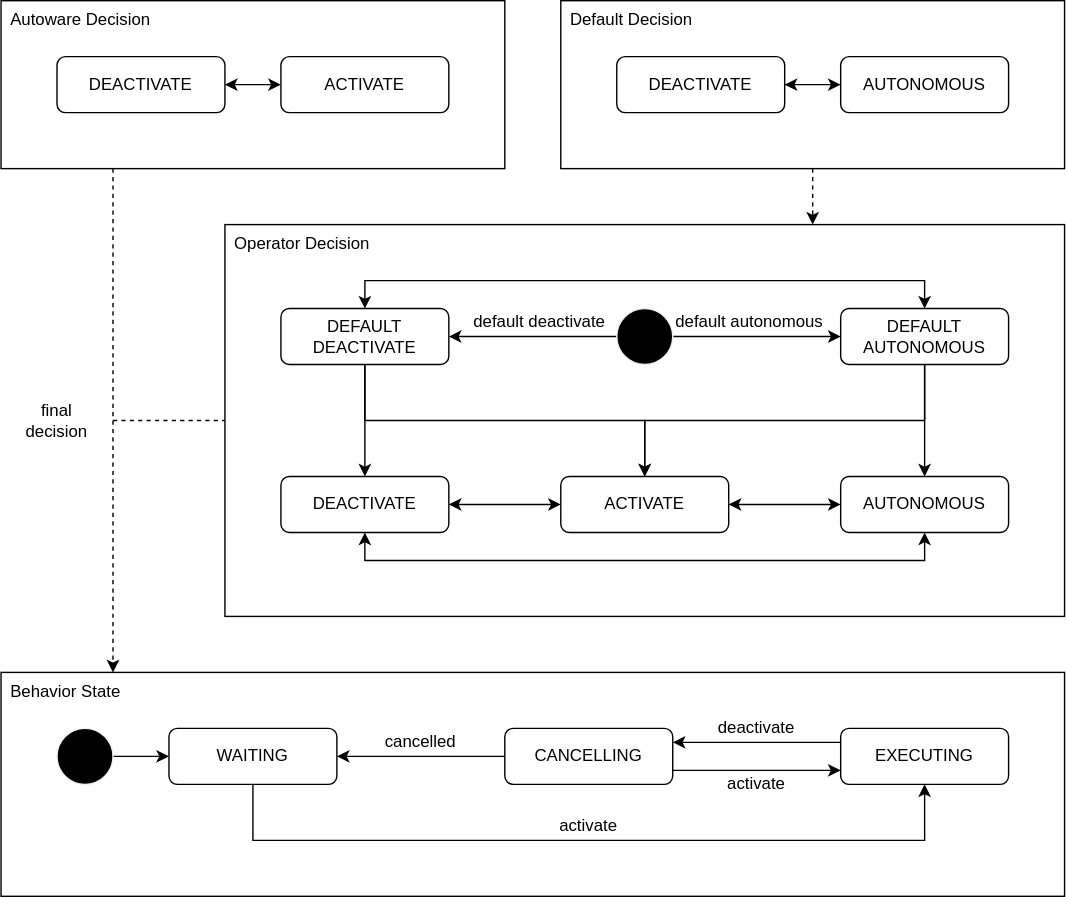
Before: docs/design/autoware-interfaces/ad-api/list/api/cooperation/docs/state.drawio.svg, a diagram exported from draw.io (autowarefoundation/autoware-documentation). Source tidied: cells renumbered, new cells last; positions are measured from the earlier drawing's top-left corner, leaving out a move shared by most shapes.
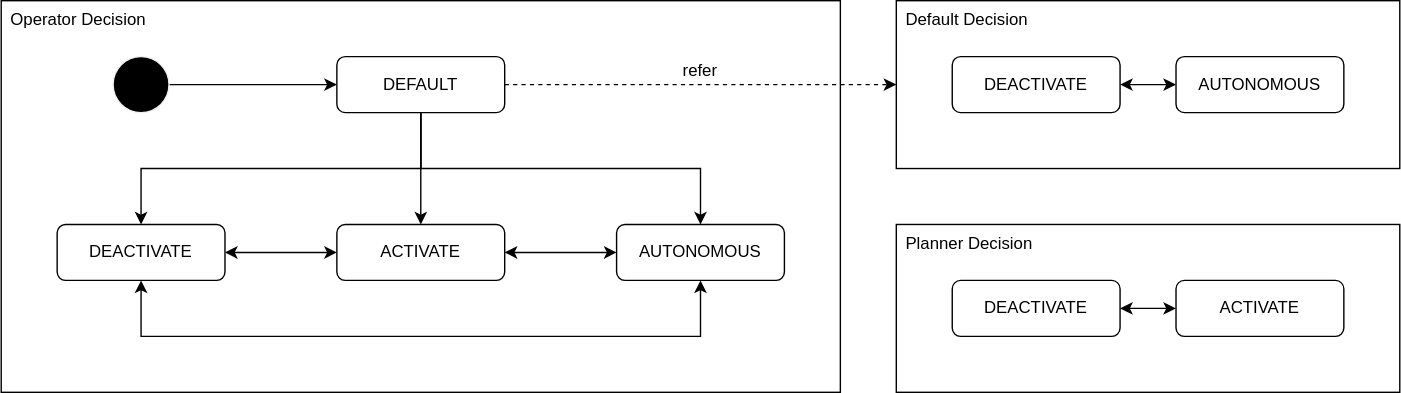
After the change.

Change to the diagram source:
```diff
@@ -2,132 +2,49 @@
   <root>
     <mxCell id="0" />
     <mxCell id="1" parent="0" />
-    <mxCell id="2" value="Behavior State" style="rounded=0;whiteSpace=wrap;html=1;fontSize=12;verticalAlign=top;align=left;spacingLeft=5;" parent="1" vertex="1">
-      <mxGeometry y="480" width="760" height="160" as="geometry" />
-    </mxCell>
-    <mxCell id="3" style="edgeStyle=orthogonalEdgeStyle;rounded=0;html=1;dashed=1;fontSize=12;startArrow=none;startFill=0;" parent="1" edge="1" source="4" target="2">
-      <mxGeometry relative="1" as="geometry">
-        <Array as="points">
-          <mxPoint x="80" y="230" />
-          <mxPoint x="80" y="230" />
-        </Array>
-      </mxGeometry>
-    </mxCell>
-    <mxCell id="4" value="Autoware Decision" style="rounded=0;whiteSpace=wrap;html=1;fontSize=12;verticalAlign=top;align=left;spacingLeft=5;" parent="1" vertex="1">
-      <mxGeometry width="360" height="120" as="geometry" />
+    <mxCell id="4" value="Planner Decision" style="rounded=0;whiteSpace=wrap;html=1;fontSize=12;verticalAlign=top;align=left;spacingLeft=5;" parent="1" vertex="1">
+      <mxGeometry x="640" y="160" width="360" height="120" as="geometry" />
     </mxCell>
-    <mxCell id="5" style="edgeStyle=orthogonalEdgeStyle;rounded=0;html=1;dashed=1;fontSize=12;startArrow=none;startFill=0;" parent="1" edge="1" source="6" target="7">
-      <mxGeometry relative="1" as="geometry">
-        <Array as="points">
-          <mxPoint x="580" y="150" />
-          <mxPoint x="580" y="150" />
-        </Array>
-      </mxGeometry>
-    </mxCell>
     <mxCell id="6" value="Default Decision" style="rounded=0;whiteSpace=wrap;html=1;fontSize=12;verticalAlign=top;align=left;spacingLeft=5;" parent="1" vertex="1">
-      <mxGeometry x="400" width="360" height="120" as="geometry" />
+      <mxGeometry x="640" width="360" height="120" as="geometry" />
     </mxCell>
     <mxCell id="7" value="Operator Decision" style="rounded=0;whiteSpace=wrap;html=1;fontSize=12;verticalAlign=top;align=left;spacingLeft=5;" parent="1" vertex="1">
-      <mxGeometry x="160" y="160" width="600" height="280" as="geometry" />
+      <mxGeometry width="600" height="280" as="geometry" />
     </mxCell>
-    <mxCell id="8" style="edgeStyle=orthogonalEdgeStyle;html=1;rounded=0;" parent="1" edge="1" source="9" target="13">
-      <mxGeometry relative="1" as="geometry">
-        <Array as="points">
-          <mxPoint x="180" y="600" />
-          <mxPoint x="660" y="600" />
-        </Array>
-      </mxGeometry>
-    </mxCell>
-    <mxCell id="9" value="WAITING" style="rounded=1;whiteSpace=wrap;html=1;" parent="1" vertex="1">
-      <mxGeometry x="120" y="520" width="120" height="40" as="geometry" />
-    </mxCell>
-    <mxCell id="10" style="edgeStyle=none;html=1;" parent="1" edge="1" source="11" target="9">
-      <mxGeometry relative="1" as="geometry" />
-    </mxCell>
-    <mxCell id="11" style="shape=ellipse;html=1;fillColor=#000000;fontSize=18;fontColor=#ffffff;strokeColor=#F0F0F0;" parent="1" vertex="1">
-      <mxGeometry x="40" y="520" width="40" height="40" as="geometry" />
-    </mxCell>
-    <mxCell id="12" style="edgeStyle=orthogonalEdgeStyle;rounded=0;html=1;startArrow=none;startFill=0;" parent="1" edge="1" source="13" target="16">
-      <mxGeometry relative="1" as="geometry">
-        <Array as="points">
-          <mxPoint x="540" y="530" />
-          <mxPoint x="540" y="530" />
-        </Array>
-      </mxGeometry>
-    </mxCell>
-    <mxCell id="13" value="EXECUTING" style="rounded=1;whiteSpace=wrap;html=1;" parent="1" vertex="1">
-      <mxGeometry x="600" y="520" width="120" height="40" as="geometry" />
-    </mxCell>
-    <mxCell id="14" style="edgeStyle=orthogonalEdgeStyle;html=1;rounded=0;" parent="1" edge="1" source="16" target="9">
-      <mxGeometry relative="1" as="geometry" />
-    </mxCell>
-    <mxCell id="15" style="edgeStyle=orthogonalEdgeStyle;rounded=0;html=1;startArrow=none;startFill=0;" parent="1" edge="1" source="16" target="13">
-      <mxGeometry relative="1" as="geometry">
-        <Array as="points">
-          <mxPoint x="540" y="550" />
-          <mxPoint x="540" y="550" />
-        </Array>
-      </mxGeometry>
-    </mxCell>
-    <mxCell id="16" value="CANCELLING" style="rounded=1;whiteSpace=wrap;html=1;" parent="1" vertex="1">
-      <mxGeometry x="360" y="520" width="120" height="40" as="geometry" />
-    </mxCell>
-    <mxCell id="17" value="activate" style="text;html=1;strokeColor=none;fillColor=none;align=center;verticalAlign=middle;whiteSpace=wrap;rounded=0;" parent="1" vertex="1">
-      <mxGeometry x="380" y="580" width="80" height="20" as="geometry" />
-    </mxCell>
-    <mxCell id="18" value="activate" style="text;html=1;strokeColor=none;fillColor=none;align=center;verticalAlign=middle;whiteSpace=wrap;rounded=0;" parent="1" vertex="1">
-      <mxGeometry x="500" y="550" width="80" height="20" as="geometry" />
-    </mxCell>
-    <mxCell id="19" value="deactivate" style="text;html=1;strokeColor=none;fillColor=none;align=center;verticalAlign=middle;whiteSpace=wrap;rounded=0;" parent="1" vertex="1">
-      <mxGeometry x="500" y="510" width="80" height="20" as="geometry" />
-    </mxCell>
-    <mxCell id="20" value="cancelled" style="text;html=1;strokeColor=none;fillColor=none;align=center;verticalAlign=middle;whiteSpace=wrap;rounded=0;" parent="1" vertex="1">
-      <mxGeometry x="260" y="520" width="80" height="20" as="geometry" />
-    </mxCell>
-    <mxCell id="21" style="edgeStyle=orthogonalEdgeStyle;rounded=0;html=1;fontSize=12;startArrow=none;startFill=0;" parent="1" edge="1" source="23" target="27">
-      <mxGeometry relative="1" as="geometry" />
-    </mxCell>
-    <mxCell id="22" style="edgeStyle=orthogonalEdgeStyle;rounded=0;html=1;fontSize=12;startArrow=none;startFill=0;" parent="1" edge="1" source="23" target="30">
+    <mxCell id="22" style="edgeStyle=orthogonalEdgeStyle;rounded=0;html=1;" parent="1" edge="1" source="23" target="30">
       <mxGeometry relative="1" as="geometry" />
     </mxCell>
     <mxCell id="23" style="shape=ellipse;html=1;fillColor=#000000;fontSize=18;fontColor=#ffffff;strokeColor=#F0F0F0;" parent="1" vertex="1">
-      <mxGeometry x="440" y="220" width="40" height="40" as="geometry" />
+      <mxGeometry x="80" y="40" width="40" height="40" as="geometry" />
     </mxCell>
-    <mxCell id="24" style="edgeStyle=orthogonalEdgeStyle;rounded=0;html=1;fontSize=12;startArrow=none;startFill=0;" parent="1" edge="1" source="27" target="33">
-      <mxGeometry relative="1" as="geometry" />
-    </mxCell>
-    <mxCell id="25" style="edgeStyle=orthogonalEdgeStyle;rounded=0;html=1;fontSize=12;startArrow=none;startFill=0;" parent="1" edge="1" source="27" target="36">
-      <mxGeometry relative="1" as="geometry">
-        <Array as="points">
-          <mxPoint x="260" y="300" />
-          <mxPoint x="460" y="300" />
-        </Array>
-      </mxGeometry>
-    </mxCell>
-    <mxCell id="26" style="edgeStyle=orthogonalEdgeStyle;rounded=0;html=1;fontSize=12;startArrow=classic;startFill=1;" parent="1" edge="1" source="27" target="30">
-      <mxGeometry relative="1" as="geometry">
-        <Array as="points">
-          <mxPoint x="260" y="200" />
-          <mxPoint x="660" y="200" />
-        </Array>
-      </mxGeometry>
-    </mxCell>
-    <mxCell id="27" value="DEFAULT&lt;br&gt;DEACTIVATE" style="rounded=1;whiteSpace=wrap;html=1;fontSize=12;" parent="1" vertex="1">
-      <mxGeometry x="200" y="220" width="120" height="40" as="geometry" />
-    </mxCell>
+    <mxCell id="29" style="edgeStyle=none;html=1;" parent="1" edge="1" source="30" target="36">
+      <mxGeometry relative="1" as="geometry" />
+    </mxCell>
+    <mxCell id="47" style="edgeStyle=orthogonalEdgeStyle;html=1;rounded=0;" parent="1" edge="1" source="30" target="33">
+      <mxGeometry relative="1" as="geometry">
+        <Array as="points">
+          <mxPoint x="300" y="120" />
+          <mxPoint x="100" y="120" />
+        </Array>
+      </mxGeometry>
+    </mxCell>
-    <mxCell id="28" style="edgeStyle=orthogonalEdgeStyle;rounded=0;html=1;fontSize=12;startArrow=none;startFill=0;" parent="1" edge="1" source="30" target="34">
-      <mxGeometry relative="1" as="geometry" />
+    <mxCell id="28" style="edgeStyle=orthogonalEdgeStyle;rounded=0;html=1;" parent="1" edge="1" source="30" target="34">
+      <mxGeometry relative="1" as="geometry">
+        <Array as="points">
+          <mxPoint x="300" y="120" />
+          <mxPoint x="500" y="120" />
+        </Array>
+      </mxGeometry>
     </mxCell>
-    <mxCell id="29" style="edgeStyle=orthogonalEdgeStyle;rounded=0;html=1;fontSize=12;startArrow=none;startFill=0;" parent="1" edge="1" source="30" target="36">
-      <mxGeometry relative="1" as="geometry">
-        <Array as="points">
-          <mxPoint x="660" y="300" />
-          <mxPoint x="460" y="300" />
-        </Array>
-      </mxGeometry>
-    </mxCell>
+    <mxCell id="48" style="edgeStyle=orthogonalEdgeStyle;rounded=0;html=1;dashed=1;" parent="1" edge="1" source="30" target="6">
+      <mxGeometry relative="1" as="geometry">
+        <Array as="points">
+          <mxPoint x="420" y="60" />
+        </Array>
+      </mxGeometry>
+    </mxCell>
-    <mxCell id="30" value="DEFAULT&lt;br&gt;AUTONOMOUS" style="rounded=1;whiteSpace=wrap;html=1;fontSize=12;" parent="1" vertex="1">
-      <mxGeometry x="600" y="220" width="120" height="40" as="geometry" />
+    <mxCell id="30" value="DEFAULT" style="rounded=1;whiteSpace=wrap;html=1;fontSize=12;" parent="1" vertex="1">
+      <mxGeometry x="240" y="40" width="120" height="40" as="geometry" />
     </mxCell>
     <mxCell id="31" style="edgeStyle=orthogonalEdgeStyle;rounded=0;html=1;fontSize=12;startArrow=classic;startFill=1;" parent="1" edge="1" source="33" target="36">
       <mxGeometry relative="1" as="geometry" />
@@ -135,54 +52,43 @@
     <mxCell id="32" style="edgeStyle=orthogonalEdgeStyle;rounded=0;html=1;fontSize=12;startArrow=classic;startFill=1;" parent="1" edge="1" source="33" target="34">
       <mxGeometry relative="1" as="geometry">
         <Array as="points">
-          <mxPoint x="260" y="400" />
-          <mxPoint x="660" y="400" />
+          <mxPoint x="100" y="240" />
+          <mxPoint x="500" y="240" />
         </Array>
       </mxGeometry>
     </mxCell>
     <mxCell id="33" value="DEACTIVATE" style="rounded=1;whiteSpace=wrap;html=1;fontSize=12;" parent="1" vertex="1">
-      <mxGeometry x="200" y="340" width="120" height="40" as="geometry" />
+      <mxGeometry x="40" y="160" width="120" height="40" as="geometry" />
     </mxCell>
     <mxCell id="34" value="AUTONOMOUS" style="rounded=1;whiteSpace=wrap;html=1;fontSize=12;" parent="1" vertex="1">
-      <mxGeometry x="600" y="340" width="120" height="40" as="geometry" />
+      <mxGeometry x="440" y="160" width="120" height="40" as="geometry" />
     </mxCell>
     <mxCell id="35" style="edgeStyle=orthogonalEdgeStyle;rounded=0;html=1;fontSize=12;startArrow=classic;startFill=1;" parent="1" edge="1" source="36" target="34">
       <mxGeometry relative="1" as="geometry" />
     </mxCell>
     <mxCell id="36" value="ACTIVATE" style="rounded=1;whiteSpace=wrap;html=1;fontSize=12;" parent="1" vertex="1">
-      <mxGeometry x="400" y="340" width="120" height="40" as="geometry" />
+      <mxGeometry x="240" y="160" width="120" height="40" as="geometry" />
     </mxCell>
-    <mxCell id="37" value="default deactivate" style="text;html=1;strokeColor=none;fillColor=none;align=center;verticalAlign=middle;whiteSpace=wrap;rounded=0;" parent="1" vertex="1">
-      <mxGeometry x="330" y="220" width="110" height="20" as="geometry" />
-    </mxCell>
-    <mxCell id="38" value="default autonomous" style="text;html=1;strokeColor=none;fillColor=none;align=center;verticalAlign=middle;whiteSpace=wrap;rounded=0;" parent="1" vertex="1">
-      <mxGeometry x="480" y="220" width="110" height="20" as="geometry" />
-    </mxCell>
     <mxCell id="39" value="ACTIVATE" style="rounded=1;whiteSpace=wrap;html=1;fontSize=12;" parent="1" vertex="1">
-      <mxGeometry x="200" y="40" width="120" height="40" as="geometry" />
+      <mxGeometry x="840" y="200" width="120" height="40" as="geometry" />
     </mxCell>
     <mxCell id="40" style="edgeStyle=orthogonalEdgeStyle;rounded=0;html=1;fontSize=12;startArrow=classic;startFill=1;" parent="1" edge="1" source="41" target="42">
       <mxGeometry relative="1" as="geometry" />
     </mxCell>
     <mxCell id="41" value="DEACTIVATE" style="rounded=1;whiteSpace=wrap;html=1;fontSize=12;" parent="1" vertex="1">
-      <mxGeometry x="440" y="40" width="120" height="40" as="geometry" />
+      <mxGeometry x="680" y="40" width="120" height="40" as="geometry" />
     </mxCell>
     <mxCell id="42" value="AUTONOMOUS" style="rounded=1;whiteSpace=wrap;html=1;fontSize=12;" parent="1" vertex="1">
-      <mxGeometry x="600" y="40" width="120" height="40" as="geometry" />
+      <mxGeometry x="840" y="40" width="120" height="40" as="geometry" />
     </mxCell>
     <mxCell id="43" style="edgeStyle=orthogonalEdgeStyle;rounded=0;html=1;fontSize=12;startArrow=classic;startFill=1;" parent="1" edge="1" source="44" target="39">
       <mxGeometry relative="1" as="geometry" />
     </mxCell>
     <mxCell id="44" value="DEACTIVATE" style="rounded=1;whiteSpace=wrap;html=1;fontSize=12;" parent="1" vertex="1">
-      <mxGeometry x="40" y="40" width="120" height="40" as="geometry" />
+      <mxGeometry x="680" y="200" width="120" height="40" as="geometry" />
     </mxCell>
-    <mxCell id="45" style="endArrow=none;dashed=1;html=1;rounded=0;fontSize=12;entryX=0;entryY=0.5;entryDx=0;entryDy=0;" parent="1" edge="1" target="7">
-      <mxGeometry relative="1" as="geometry">
-        <mxPoint x="80" y="300" as="sourcePoint" />
-      </mxGeometry>
-    </mxCell>
-    <mxCell id="46" value="final&lt;br&gt;decision" style="text;html=1;strokeColor=none;fillColor=none;align=center;verticalAlign=middle;whiteSpace=wrap;rounded=0;fontSize=12;" parent="1" vertex="1">
-      <mxGeometry y="280" width="80" height="40" as="geometry" />
-    </mxCell>
+    <mxCell id="49" value="refer" style="text;html=1;strokeColor=none;fillColor=none;align=center;verticalAlign=middle;whiteSpace=wrap;rounded=0;" parent="1" vertex="1">
+      <mxGeometry x="460" y="40" width="80" height="20" as="geometry" />
+    </mxCell>
   </root>
 </mxGraphModel>
```
